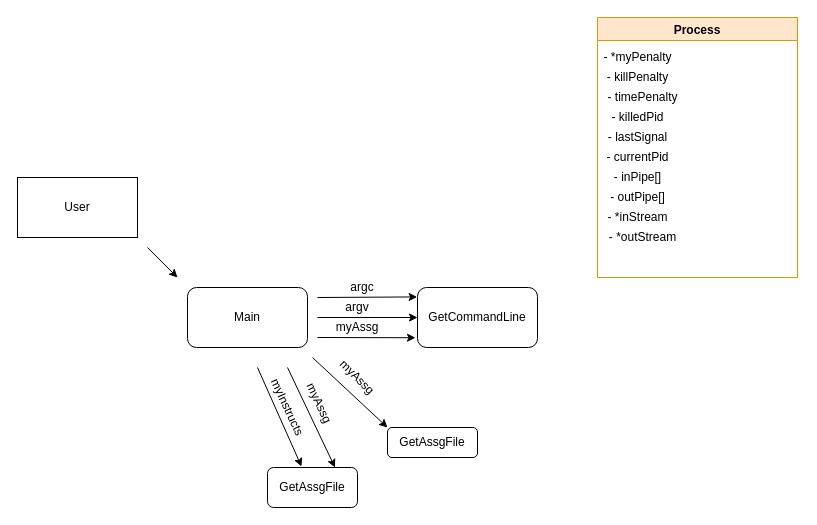
Above: Empty Folder/Untitled Diagram.drawio in i-skousen/Week09 (draw.io), before the change. Source tidied: cells renumbered, new cells numbered last; positions are measured from the earlier drawing's top-left corner, leaving out a move shared by most shapes. Both pictures are drawn from the tidied source at 100%, with x=0, y=0 at pixel (17, 17).
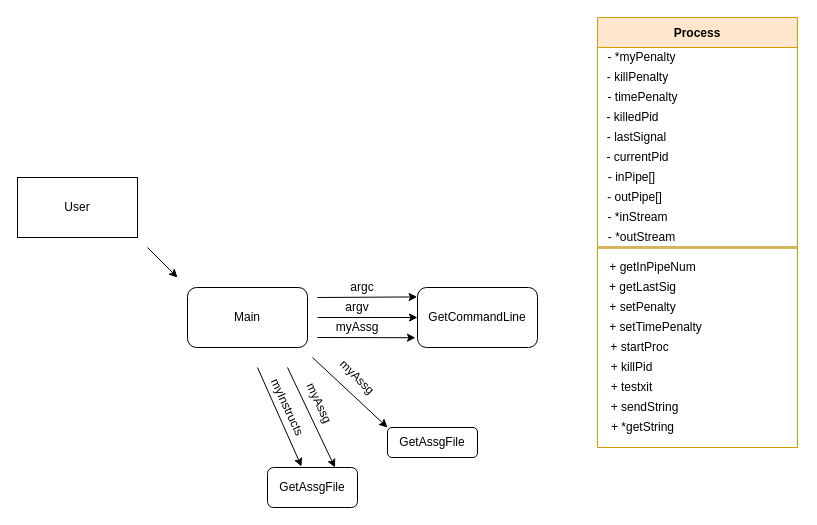
The same page after the edit.

Change to the diagram source:
```diff
@@
-    <mxCell id="7" value="Process" style="swimlane;fillColor=#ffe6cc;strokeColor=#d79b00;" parent="1" vertex="1">
-      <mxGeometry x="580" width="200" height="260" as="geometry" />
+    <mxCell id="7" value="Process" style="swimlane;fillColor=#ffe6cc;strokeColor=#d79b00;startSize=30;" parent="1" vertex="1">
+      <mxGeometry x="580" width="200" height="430" as="geometry" />
     </mxCell>
     <mxCell id="8" value="- *myPenalty" style="text;html=1;align=center;verticalAlign=middle;strokeColor=none;" parent="7" vertex="1">
-      <mxGeometry y="30" width="80" height="20" as="geometry" />
+      <mxGeometry x="4" y="30" width="80" height="20" as="geometry" />
     </mxCell>
@@
     <mxCell id="11" value="- killedPid" style="text;html=1;align=center;verticalAlign=middle;strokeColor=none;" parent="7" vertex="1">
-      <mxGeometry x="5" y="90" width="70" height="20" as="geometry" />
+      <mxGeometry y="90" width="70" height="20" as="geometry" />
     </mxCell>
     <mxCell id="12" value="- lastSignal" style="text;html=1;align=center;verticalAlign=middle;strokeColor=none;" parent="7" vertex="1">
-      <mxGeometry x="5" y="110" width="70" height="20" as="geometry" />
+      <mxGeometry x="4" y="110" width="70" height="20" as="geometry" />
     </mxCell>
@@
     <mxCell id="14" value="- inPipe[]" style="text;html=1;align=center;verticalAlign=middle;strokeColor=none;" parent="7" vertex="1">
-      <mxGeometry x="10" y="150" width="60" height="20" as="geometry" />
+      <mxGeometry x="4" y="150" width="60" height="20" as="geometry" />
     </mxCell>
     <mxCell id="15" value="- outPipe[]" style="text;html=1;align=center;verticalAlign=middle;strokeColor=none;" parent="7" vertex="1">
-      <mxGeometry x="5" y="170" width="70" height="20" as="geometry" />
+      <mxGeometry x="2" y="170" width="70" height="20" as="geometry" />
     </mxCell>
@@
     <mxCell id="17" value="- *outStream" style="text;html=1;align=center;verticalAlign=middle;strokeColor=none;" parent="7" vertex="1">
-      <mxGeometry x="5" y="210" width="80" height="20" as="geometry" />
+      <mxGeometry x="4" y="210" width="80" height="20" as="geometry" />
     </mxCell>
+    <mxCell id="31" style="endArrow=none;html=1;strokeWidth=3;fillColor=#fff2cc;strokeColor=#d6b656;" parent="7" edge="1">
+      <mxGeometry relative="1" as="geometry">
+        <mxPoint y="230" as="sourcePoint" />
+        <mxPoint x="200" y="230" as="targetPoint" />
+        <Array as="points">
+          <mxPoint x="100" y="230" />
+        </Array>
+      </mxGeometry>
+    </mxCell>
+    <mxCell id="32" value="+ getInPipeNum" style="text;html=1;align=center;verticalAlign=middle;strokeColor=none;" parent="7" vertex="1">
+      <mxGeometry x="5" y="240" width="100" height="20" as="geometry" />
+    </mxCell>
+    <mxCell id="33" value="+ getLastSig" style="text;html=1;align=center;verticalAlign=middle;strokeColor=none;" parent="7" vertex="1">
+      <mxGeometry x="5" y="260" width="80" height="20" as="geometry" />
+    </mxCell>
+    <mxCell id="34" value="+ setPenalty" style="text;html=1;align=center;verticalAlign=middle;strokeColor=none;" parent="7" vertex="1">
+      <mxGeometry x="5" y="280" width="80" height="20" as="geometry" />
+    </mxCell>
+    <mxCell id="35" value="+ setTimePenalty" style="text;html=1;align=center;verticalAlign=middle;strokeColor=none;spacing=2;" parent="7" vertex="1">
+      <mxGeometry x="3" y="300" width="110" height="20" as="geometry" />
+    </mxCell>
+    <mxCell id="36" value="+ startProc" style="text;html=1;align=center;verticalAlign=middle;strokeColor=none;" parent="7" vertex="1">
+      <mxGeometry x="7" y="320" width="70" height="20" as="geometry" />
+    </mxCell>
+    <mxCell id="37" value="+ killPid" style="text;html=1;align=center;verticalAlign=middle;strokeColor=none;" parent="7" vertex="1">
+      <mxGeometry x="4" y="340" width="60" height="20" as="geometry" />
+    </mxCell>
+    <mxCell id="38" value="+ testxit" style="text;html=1;align=center;verticalAlign=middle;strokeColor=none;" parent="7" vertex="1">
+      <mxGeometry x="4" y="360" width="60" height="20" as="geometry" />
+    </mxCell>
+    <mxCell id="39" value="+ sendString" style="text;html=1;align=center;verticalAlign=middle;strokeColor=none;" parent="7" vertex="1">
+      <mxGeometry x="7" y="380" width="80" height="20" as="geometry" />
+    </mxCell>
+    <mxCell id="40" value="+ *getString" style="text;html=1;align=center;verticalAlign=middle;strokeColor=none;" parent="7" vertex="1">
+      <mxGeometry x="5" y="400" width="80" height="20" as="geometry" />
+    </mxCell>
```
